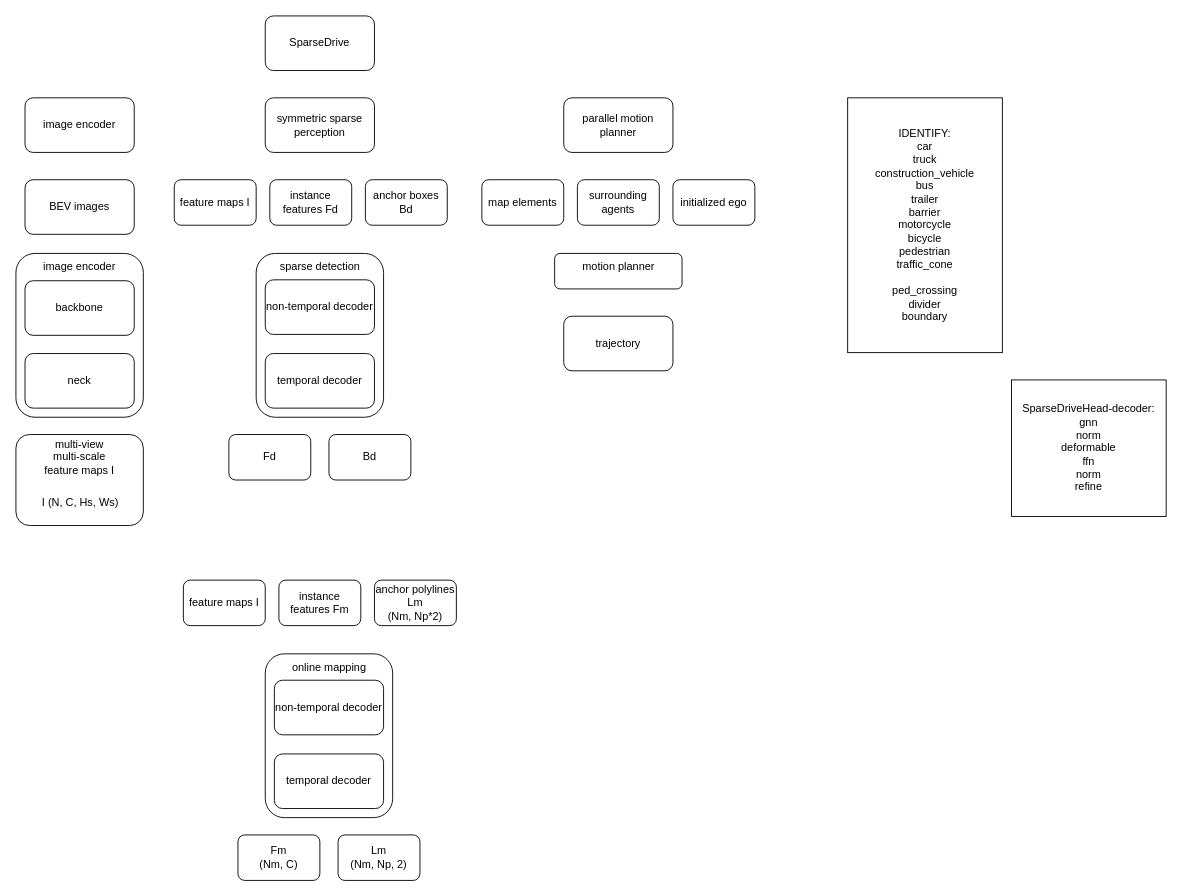
The draw.io diagram sparsedrive.drawio in wxxsusie/files, before the edit. Source tidied: cells renumbered, new cells numbered last; positions are measured from the earlier drawing's top-left corner, leaving out a move shared by most shapes. Both pictures are drawn from the tidied source at 91%, with x=0, y=0 at pixel (15, 15).
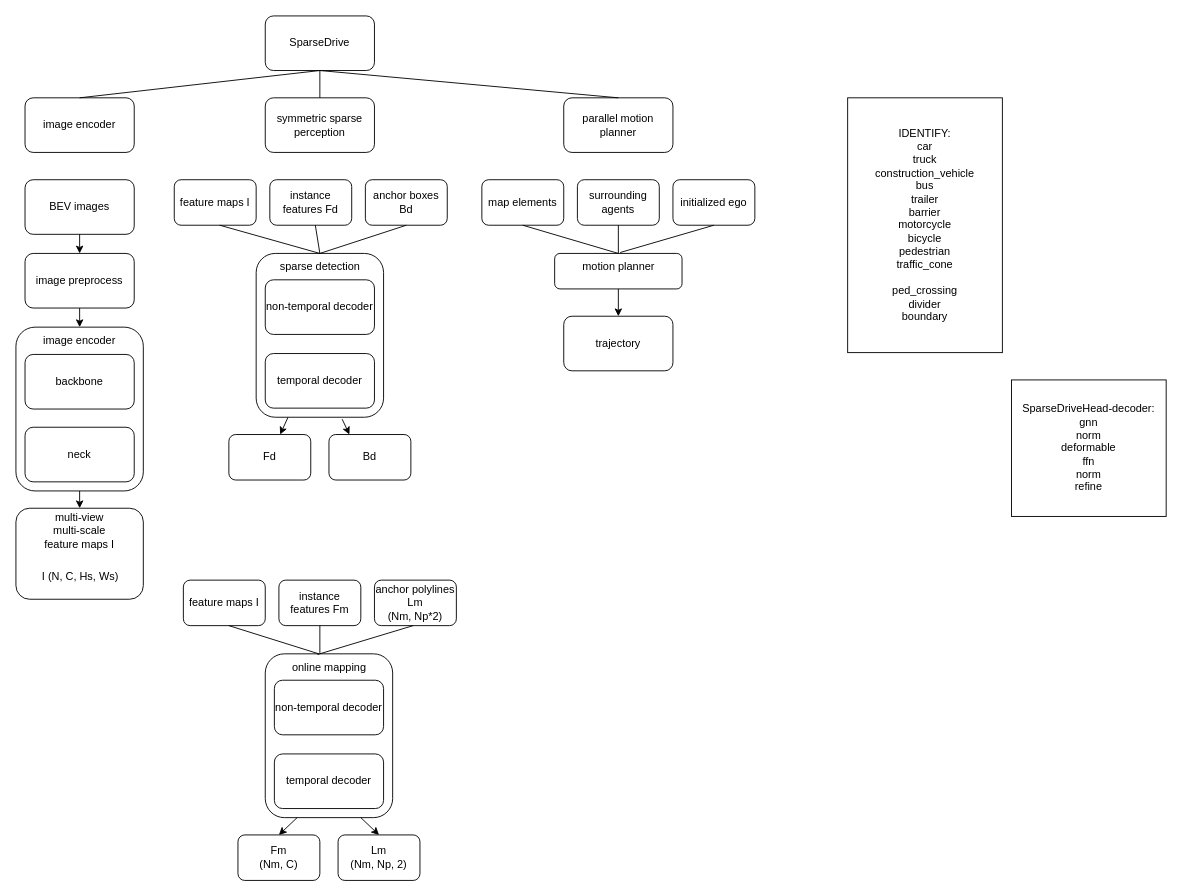
After the change.

The change refers to these unchanged cells:
```xml
<mxCell id="3" value="image encoder" style="rounded=1;whiteSpace=wrap;html=1;" parent="1" vertex="1">
  <mxGeometry x="10" y="90" width="120" height="60" as="geometry" />
</mxCell>
<mxCell id="5" value="symmetric sparse perception" style="rounded=1;whiteSpace=wrap;html=1;" parent="1" vertex="1">
  <mxGeometry x="274" y="90" width="120" height="60" as="geometry" />
</mxCell>
<mxCell id="6" value="parallel motion planner" style="rounded=1;whiteSpace=wrap;html=1;" parent="1" vertex="1">
  <mxGeometry x="602" y="90" width="120" height="60" as="geometry" />
</mxCell>
<mxCell id="10" value="BEV images" style="rounded=1;whiteSpace=wrap;html=1;" parent="1" vertex="1">
  <mxGeometry x="10" y="180" width="120" height="60" as="geometry" />
</mxCell>
<mxCell id="14" style="rounded=1;whiteSpace=wrap;html=1;" parent="1" vertex="1">
  <mxGeometry x="264" y="261" width="140" height="180" as="geometry" />
</mxCell>
<mxCell id="15" value="sparse detection" style="text;html=1;align=center;verticalAlign=middle;whiteSpace=wrap;rounded=0;" parent="1" vertex="1">
  <mxGeometry x="281.5" y="261" width="105" height="30" as="geometry" />
</mxCell>
<mxCell id="16" value="&lt;div&gt;Fd&lt;/div&gt;" style="rounded=1;whiteSpace=wrap;html=1;" parent="1" vertex="1">
  <mxGeometry x="234" y="460" width="90" height="50" as="geometry" />
</mxCell>
<mxCell id="17" value="&lt;div&gt;Bd&lt;/div&gt;" style="rounded=1;whiteSpace=wrap;html=1;" parent="1" vertex="1">
  <mxGeometry x="344" y="460" width="90" height="50" as="geometry" />
</mxCell>
<mxCell id="18" style="rounded=1;whiteSpace=wrap;html=1;" parent="1" vertex="1">
  <mxGeometry x="592" y="261" width="140" height="39" as="geometry" />
</mxCell>
<mxCell id="19" value="motion planner" style="text;html=1;align=center;verticalAlign=middle;whiteSpace=wrap;rounded=0;" parent="1" vertex="1">
  <mxGeometry x="609.5" y="261" width="105" height="30" as="geometry" />
</mxCell>
<mxCell id="20" value="map elements" style="rounded=1;whiteSpace=wrap;html=1;" parent="1" vertex="1">
  <mxGeometry x="512" y="180" width="90" height="50" as="geometry" />
</mxCell>
<mxCell id="21" value="surrounding agents" style="rounded=1;whiteSpace=wrap;html=1;" parent="1" vertex="1">
  <mxGeometry x="617" y="180" width="90" height="50" as="geometry" />
</mxCell>
<mxCell id="22" value="initialized ego" style="rounded=1;whiteSpace=wrap;html=1;" parent="1" vertex="1">
  <mxGeometry x="722" y="180" width="90" height="50" as="geometry" />
</mxCell>
<mxCell id="23" value="trajectory" style="rounded=1;whiteSpace=wrap;html=1;" parent="1" vertex="1">
  <mxGeometry x="602" y="330" width="120" height="60" as="geometry" />
</mxCell>
<mxCell id="29" style="rounded=1;whiteSpace=wrap;html=1;" parent="1" vertex="1">
  <mxGeometry x="274" y="701" width="140" height="180" as="geometry" />
</mxCell>
<mxCell id="30" value="online mapping" style="text;html=1;align=center;verticalAlign=middle;whiteSpace=wrap;rounded=0;" parent="1" vertex="1">
  <mxGeometry x="291.5" y="701" width="105" height="30" as="geometry" />
</mxCell>
<mxCell id="31" value="&lt;div&gt;Fm&lt;/div&gt;&lt;div&gt;(Nm, C)&lt;/div&gt;" style="rounded=1;whiteSpace=wrap;html=1;" parent="1" vertex="1">
  <mxGeometry x="244" y="900" width="90" height="50" as="geometry" />
</mxCell>
<mxCell id="32" value="&lt;div&gt;Lm&lt;/div&gt;&lt;div&gt;(Nm, Np, 2)&lt;/div&gt;" style="rounded=1;whiteSpace=wrap;html=1;" parent="1" vertex="1">
  <mxGeometry x="354" y="900" width="90" height="50" as="geometry" />
</mxCell>
```

Change to the diagram source:
```diff
@@
     <mxCell id="2" style="rounded=1;whiteSpace=wrap;html=1;" parent="1" vertex="1">
-      <mxGeometry y="261" width="140" height="180" as="geometry" />
+      <mxGeometry y="342" width="140" height="180" as="geometry" />
     </mxCell>
@@
     <mxCell id="7" value="backbone" style="rounded=1;whiteSpace=wrap;html=1;" parent="1" vertex="1">
-      <mxGeometry x="10" y="291" width="120" height="60" as="geometry" />
+      <mxGeometry x="10" y="372" width="120" height="60" as="geometry" />
     </mxCell>
     <mxCell id="8" value="neck" style="rounded=1;whiteSpace=wrap;html=1;" parent="1" vertex="1">
-      <mxGeometry x="10" y="371" width="120" height="60" as="geometry" />
+      <mxGeometry x="10" y="452" width="120" height="60" as="geometry" />
     </mxCell>
     <mxCell id="9" value="image encoder" style="text;html=1;align=center;verticalAlign=middle;whiteSpace=wrap;rounded=0;" parent="1" vertex="1">
-      <mxGeometry x="25" y="261" width="90" height="30" as="geometry" />
+      <mxGeometry x="25" y="342" width="90" height="30" as="geometry" />
     </mxCell>
@@
     <mxCell id="11" style="rounded=1;whiteSpace=wrap;html=1;" parent="1" vertex="1">
-      <mxGeometry y="460" width="140" height="100" as="geometry" />
+      <mxGeometry y="541" width="140" height="100" as="geometry" />
     </mxCell>
     <mxCell id="12" value="multi-view&lt;div&gt;multi-scale&lt;/div&gt;&lt;div&gt;feature maps I&lt;/div&gt;" style="text;html=1;align=center;verticalAlign=middle;whiteSpace=wrap;rounded=0;" parent="1" vertex="1">
-      <mxGeometry x="30" y="470" width="80" height="30" as="geometry" />
+      <mxGeometry x="30" y="551" width="80" height="30" as="geometry" />
     </mxCell>
     <mxCell id="13" value="I (N, C, Hs, Ws)" style="text;html=1;align=center;verticalAlign=middle;whiteSpace=wrap;rounded=0;" parent="1" vertex="1">
-      <mxGeometry x="26" y="520" width="90" height="30" as="geometry" />
+      <mxGeometry x="26" y="601" width="90" height="30" as="geometry" />
     </mxCell>
@@
+    <mxCell id="40" style="endArrow=none;html=1;rounded=0;exitX=0.5;exitY=0;exitDx=0;exitDy=0;" parent="1" edge="1" source="3">
+      <mxGeometry relative="1" as="geometry">
+        <mxPoint x="334" y="60" as="targetPoint" />
+      </mxGeometry>
+    </mxCell>
+    <mxCell id="41" style="endArrow=none;html=1;rounded=0;exitX=0.5;exitY=0;exitDx=0;exitDy=0;" parent="1" edge="1" source="5">
+      <mxGeometry relative="1" as="geometry">
+        <mxPoint x="334" y="60" as="targetPoint" />
+      </mxGeometry>
+    </mxCell>
+    <mxCell id="42" style="endArrow=none;html=1;rounded=0;exitX=0.5;exitY=0;exitDx=0;exitDy=0;" parent="1" edge="1" source="6">
+      <mxGeometry relative="1" as="geometry">
+        <mxPoint x="334" y="60" as="targetPoint" />
+      </mxGeometry>
+    </mxCell>
+    <mxCell id="43" style="endArrow=none;html=1;rounded=0;exitX=0.5;exitY=0;exitDx=0;exitDy=0;" parent="1" edge="1" source="15">
+      <mxGeometry relative="1" as="geometry">
+        <mxPoint x="224" y="230" as="targetPoint" />
+      </mxGeometry>
+    </mxCell>
+    <mxCell id="44" style="endArrow=none;html=1;rounded=0;exitX=0.5;exitY=0;exitDx=0;exitDy=0;" parent="1" edge="1" source="15">
+      <mxGeometry relative="1" as="geometry">
+        <mxPoint x="329" y="230" as="targetPoint" />
+      </mxGeometry>
+    </mxCell>
+    <mxCell id="45" style="endArrow=none;html=1;rounded=0;exitX=0.5;exitY=0;exitDx=0;exitDy=0;" parent="1" edge="1" source="15">
+      <mxGeometry relative="1" as="geometry">
+        <mxPoint x="429" y="230" as="targetPoint" />
+      </mxGeometry>
+    </mxCell>
+    <mxCell id="46" style="endArrow=classic;html=1;rounded=0;exitX=0.25;exitY=1;exitDx=0;exitDy=0;" parent="1" edge="1" source="14" target="16">
+      <mxGeometry relative="1" as="geometry" />
+    </mxCell>
+    <mxCell id="47" style="endArrow=classic;html=1;rounded=0;exitX=0.675;exitY=1.012;exitDx=0;exitDy=0;exitPerimeter=0;entryX=0.25;entryY=0;entryDx=0;entryDy=0;" parent="1" edge="1" source="14" target="17">
+      <mxGeometry relative="1" as="geometry" />
+    </mxCell>
+    <mxCell id="48" style="endArrow=none;html=1;rounded=0;exitX=0.394;exitY=0;exitDx=0;exitDy=0;exitPerimeter=0;" parent="1" edge="1" source="30">
+      <mxGeometry relative="1" as="geometry">
+        <mxPoint x="234" y="670" as="targetPoint" />
+      </mxGeometry>
+    </mxCell>
+    <mxCell id="49" style="endArrow=none;html=1;rounded=0;" parent="1" edge="1">
+      <mxGeometry relative="1" as="geometry">
+        <mxPoint x="334" y="700" as="sourcePoint" />
+        <mxPoint x="334" y="670" as="targetPoint" />
+      </mxGeometry>
+    </mxCell>
+    <mxCell id="50" style="endArrow=none;html=1;rounded=0;exitX=0.38;exitY=0.025;exitDx=0;exitDy=0;exitPerimeter=0;" parent="1" edge="1" source="30">
+      <mxGeometry relative="1" as="geometry">
+        <mxPoint x="436.5" y="670" as="targetPoint" />
+      </mxGeometry>
+    </mxCell>
+    <mxCell id="51" style="endArrow=classic;html=1;rounded=0;exitX=0.25;exitY=1;exitDx=0;exitDy=0;entryX=0.5;entryY=0;entryDx=0;entryDy=0;" parent="1" edge="1" source="29" target="31">
+      <mxGeometry relative="1" as="geometry" />
+    </mxCell>
+    <mxCell id="52" style="endArrow=classic;html=1;rounded=0;exitX=0.75;exitY=1;exitDx=0;exitDy=0;entryX=0.5;entryY=0;entryDx=0;entryDy=0;" parent="1" edge="1" source="29" target="32">
+      <mxGeometry relative="1" as="geometry" />
+    </mxCell>
+    <mxCell id="53" style="endArrow=classic;html=1;rounded=0;exitX=0.5;exitY=1;exitDx=0;exitDy=0;entryX=0.5;entryY=0;entryDx=0;entryDy=0;" parent="1" edge="1" source="2" target="11">
+      <mxGeometry relative="1" as="geometry" />
+    </mxCell>
+    <mxCell id="54" style="endArrow=none;html=1;rounded=0;entryX=0.5;entryY=1;entryDx=0;entryDy=0;exitX=0.5;exitY=0;exitDx=0;exitDy=0;" parent="1" edge="1" source="19" target="20">
+      <mxGeometry relative="1" as="geometry" />
+    </mxCell>
+    <mxCell id="55" style="endArrow=none;html=1;rounded=0;entryX=0.5;entryY=1;entryDx=0;entryDy=0;exitX=0.5;exitY=0;exitDx=0;exitDy=0;" parent="1" edge="1" source="19" target="21">
+      <mxGeometry relative="1" as="geometry" />
+    </mxCell>
+    <mxCell id="56" style="endArrow=none;html=1;rounded=0;entryX=0.5;entryY=1;entryDx=0;entryDy=0;" parent="1" edge="1" target="22">
+      <mxGeometry relative="1" as="geometry">
+        <mxPoint x="664" y="260" as="sourcePoint" />
+      </mxGeometry>
+    </mxCell>
+    <mxCell id="57" style="endArrow=classic;html=1;rounded=0;exitX=0.5;exitY=1;exitDx=0;exitDy=0;entryX=0.5;entryY=0;entryDx=0;entryDy=0;" parent="1" edge="1" source="18" target="23">
+      <mxGeometry relative="1" as="geometry" />
+    </mxCell>
+    <mxCell id="58" value="image preprocess" style="rounded=1;whiteSpace=wrap;html=1;" parent="1" vertex="1">
+      <mxGeometry x="10" y="261" width="120" height="60" as="geometry" />
+    </mxCell>
+    <mxCell id="59" style="endArrow=classic;html=1;rounded=0;exitX=0.5;exitY=1;exitDx=0;exitDy=0;entryX=0.5;entryY=0;entryDx=0;entryDy=0;" parent="1" edge="1" source="10" target="58">
+      <mxGeometry relative="1" as="geometry" />
+    </mxCell>
+    <mxCell id="60" style="endArrow=classic;html=1;rounded=0;exitX=0.5;exitY=1;exitDx=0;exitDy=0;entryX=0.5;entryY=0;entryDx=0;entryDy=0;" parent="1" edge="1" source="58" target="9">
+      <mxGeometry relative="1" as="geometry" />
+    </mxCell>
```
